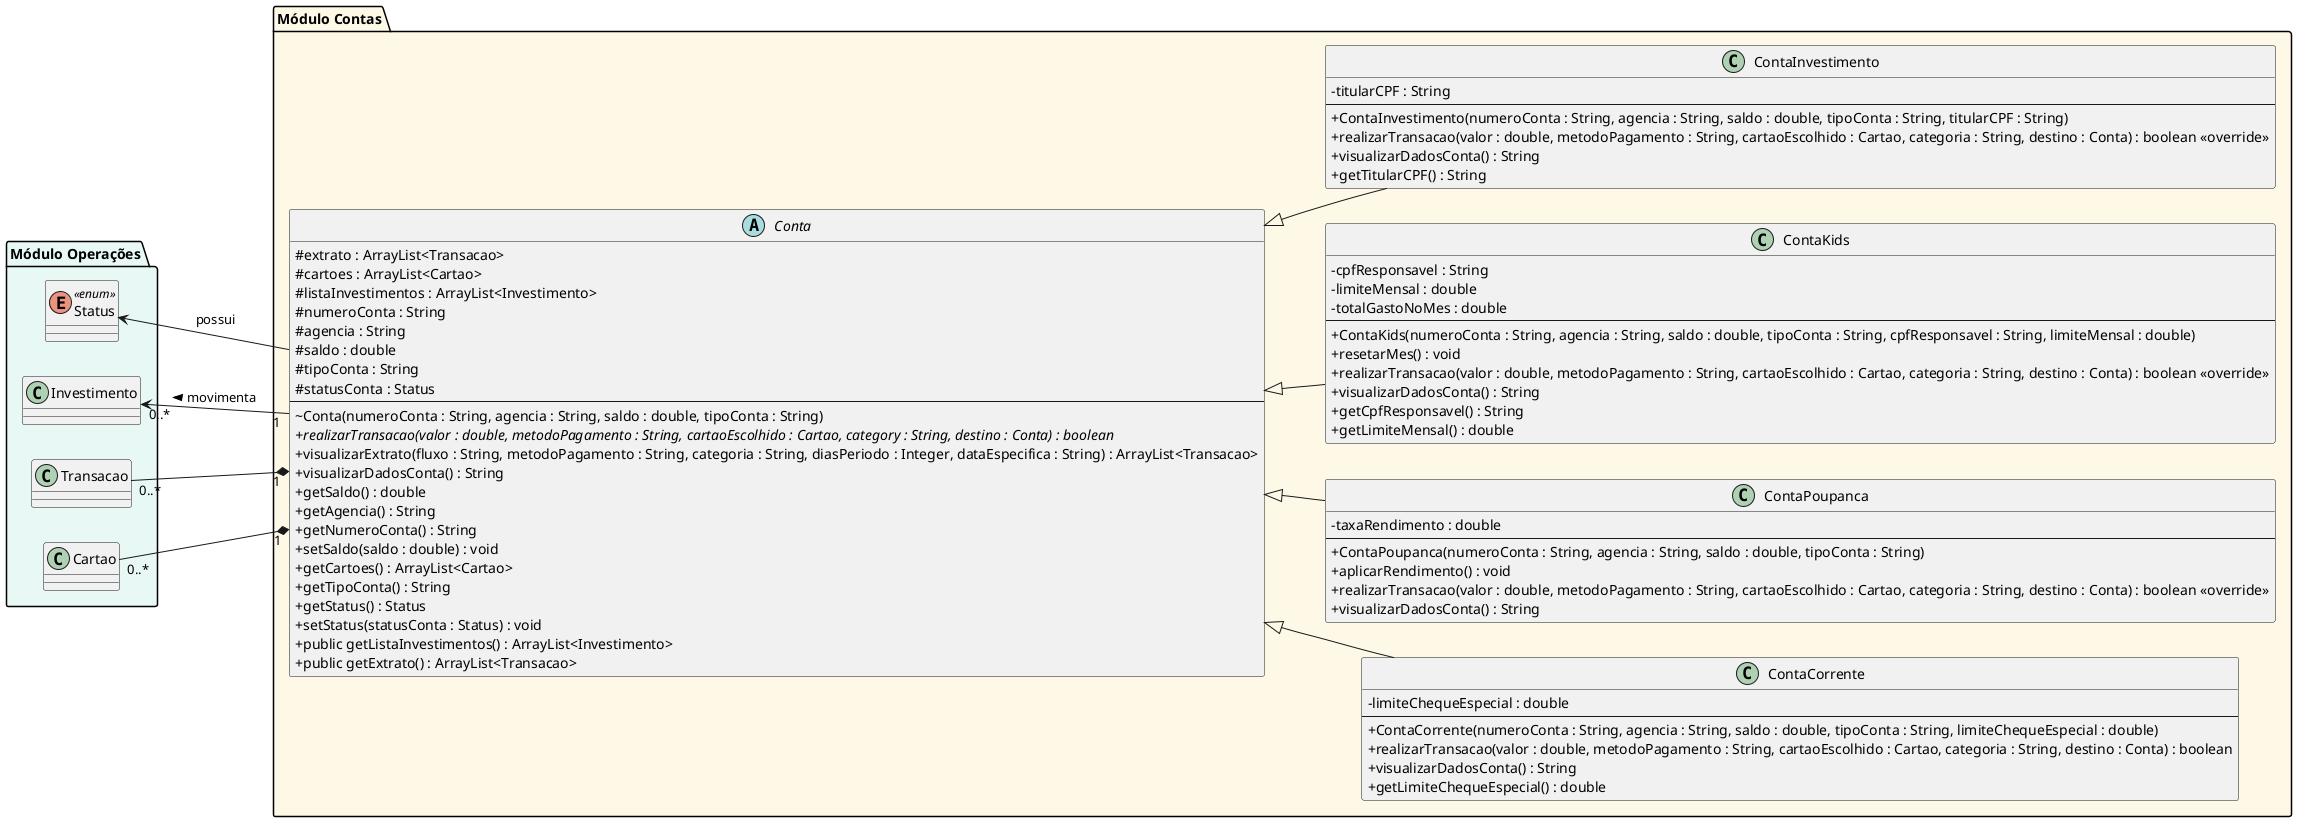
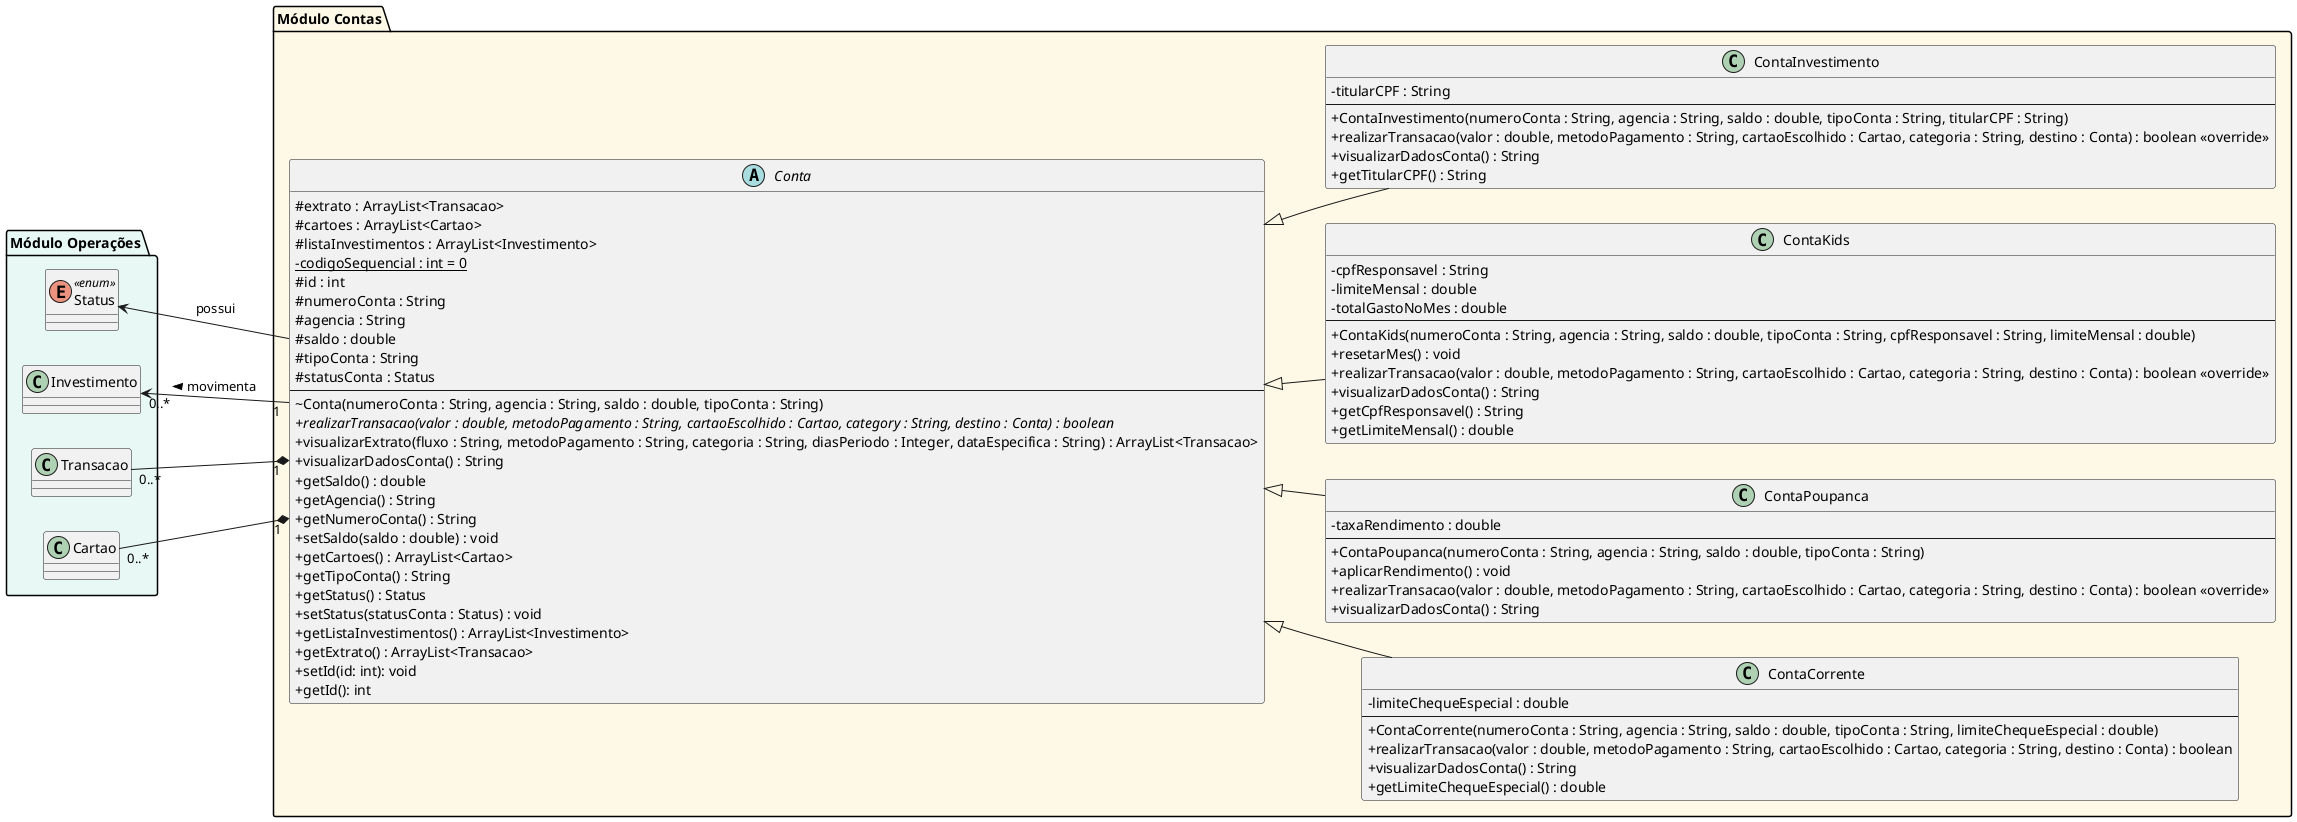
@startuml Módulo Contas (Visão Expandida)
skinparam classAttributeIconSize 0
left to right direction

package "Módulo Contas" #FEF9E7 {
    abstract class Conta {
        # extrato : ArrayList<Transacao>
        # cartoes : ArrayList<Cartao>
        # listaInvestimentos : ArrayList<Investimento>
+         - {static} codigoSequencial : int = 0
+         # id : int
        # numeroConta : String
        # agencia : String
        # saldo : double
        # tipoConta : String
        # statusConta : Status
        --
        ~ Conta(numeroConta : String, agencia : String, saldo : double, tipoConta : String)
        + {abstract} realizarTransacao(valor : double, metodoPagamento : String, cartaoEscolhido : Cartao, category : String, destino : Conta) : boolean
        + visualizarExtrato(fluxo : String, metodoPagamento : String, categoria : String, diasPeriodo : Integer, dataEspecifica : String) : ArrayList<Transacao>
        + visualizarDadosConta() : String
        + getSaldo() : double
        + getAgencia() : String
        + getNumeroConta() : String
        + setSaldo(saldo : double) : void
        + getCartoes() : ArrayList<Cartao>
        + getTipoConta() : String
        + getStatus() : Status
        + setStatus(statusConta : Status) : void
-         + public getListaInvestimentos() : ArrayList<Investimento>
-         + public getExtrato() : ArrayList<Transacao>
+         + getListaInvestimentos() : ArrayList<Investimento>
+         + getExtrato() : ArrayList<Transacao>
+         + setId(id: int): void
+         + getId(): int
    }

    class ContaCorrente {
        - limiteChequeEspecial : double
        --
        + ContaCorrente(numeroConta : String, agencia : String, saldo : double, tipoConta : String, limiteChequeEspecial : double)
        + realizarTransacao(valor : double, metodoPagamento : String, cartaoEscolhido : Cartao, categoria : String, destino : Conta) : boolean
        + visualizarDadosConta() : String
        + getLimiteChequeEspecial() : double
    }

    class ContaPoupanca {
        - taxaRendimento : double
        --
        + ContaPoupanca(numeroConta : String, agencia : String, saldo : double, tipoConta : String)
        + aplicarRendimento() : void
        + realizarTransacao(valor : double, metodoPagamento : String, cartaoEscolhido : Cartao, categoria : String, destino : Conta) : boolean <<override>>
        + visualizarDadosConta() : String
    }

    class ContaKids {
        - cpfResponsavel : String
        - limiteMensal : double
        - totalGastoNoMes : double
        --
        + ContaKids(numeroConta : String, agencia : String, saldo : double, tipoConta : String, cpfResponsavel : String, limiteMensal : double)
        + resetarMes() : void
        + realizarTransacao(valor : double, metodoPagamento : String, cartaoEscolhido : Cartao, categoria : String, destino : Conta) : boolean <<override>>
        + visualizarDadosConta() : String
        + getCpfResponsavel() : String
        + getLimiteMensal() : double
    }

    class ContaInvestimento {
        - titularCPF : String
        --
        + ContaInvestimento(numeroConta : String, agencia : String, saldo : double, tipoConta : String, titularCPF : String)
        + realizarTransacao(valor : double, metodoPagamento : String, cartaoEscolhido : Cartao, categoria : String, destino : Conta) : boolean <<override>>
        + visualizarDadosConta() : String
        + getTitularCPF() : String
    }

    ContaCorrente -up-|> Conta
    ContaPoupanca -up-|> Conta
    ContaKids -up-|> Conta
    ContaInvestimento -up-|> Conta
}

package "Módulo Operações" #E8F8F5 {
    class Cartao
    class Transacao
    class Investimento
    enum Status <<enum>>
}

Conta "1" *-up- "0..*" Cartao
Conta "1" *-up- "0..*" Transacao
Conta "1" -up-> "0..*" Investimento : movimenta >
Conta -up-> Status : possui
@enduml